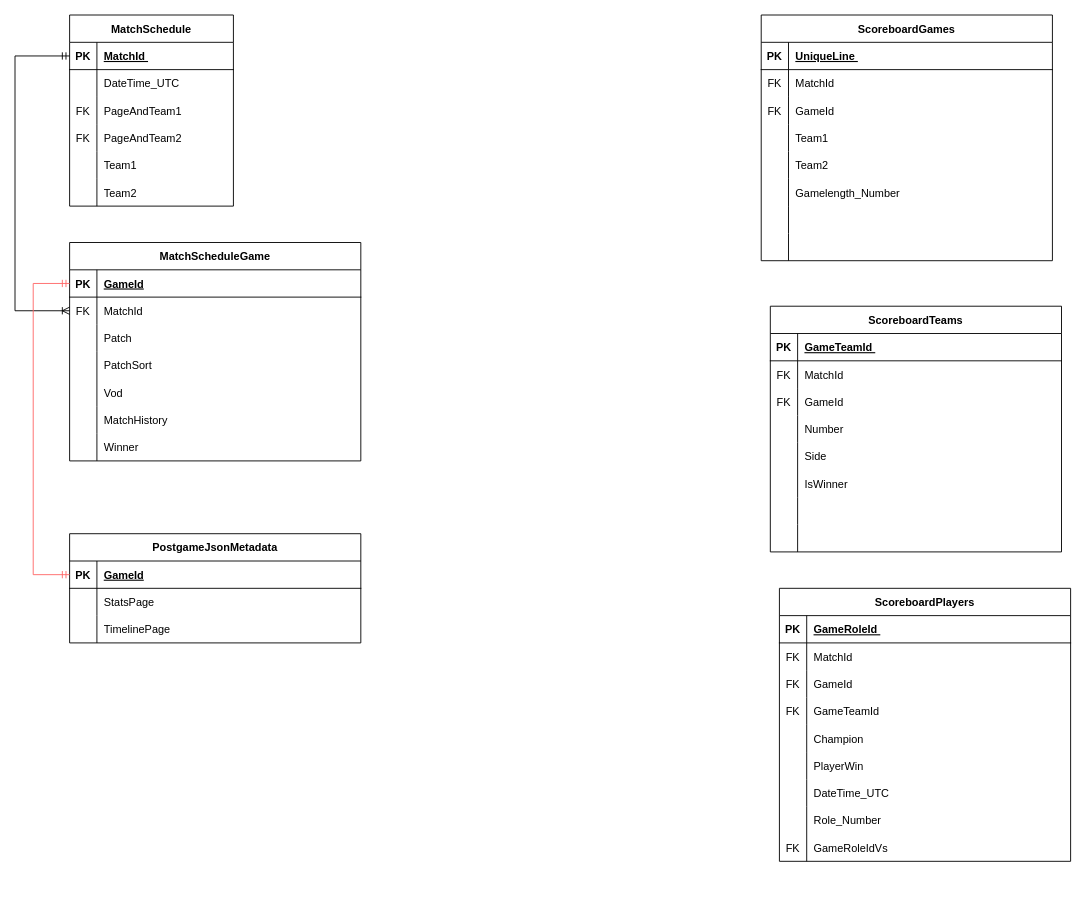
EderReisS/API_LoL keeps this draw.io diagram as Untitled Diagram.drawio. Above is the earlier version. Source tidied: cells renumbered, new cells numbered last; positions are measured from the earlier drawing's top-left corner, leaving out a move shared by most shapes. Both pictures are drawn from the tidied source at 91%, with x=0, y=0 at pixel (15, 15).
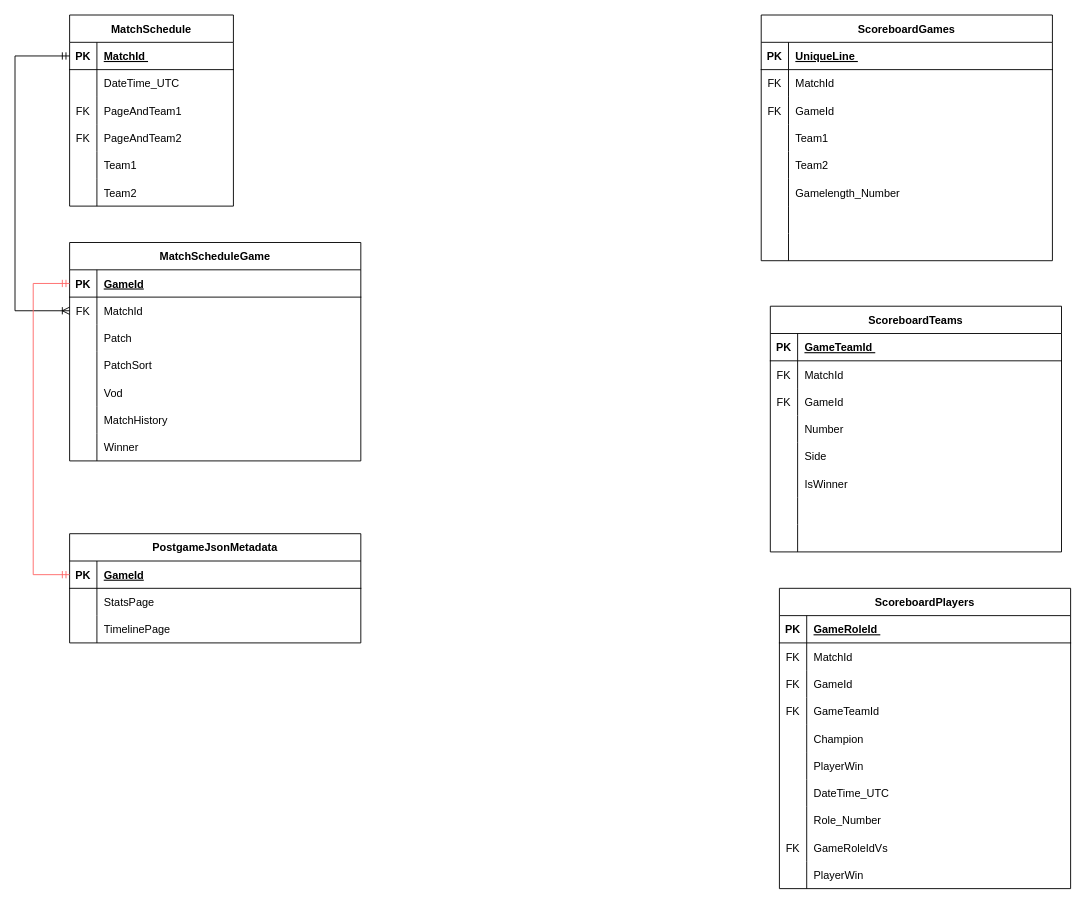
Above is the later version.

Commit message:
Ajuste ScorePlayers

Diff of the diagram source:
```diff
@@
     <mxCell id="105" value="ScoreboardPlayers" style="shape=table;startSize=30;childLayout=tableLayout;rowLines=0;fontStyle=1;align=center;" parent="1" vertex="1">
-      <mxGeometry x="840" y="630" width="320" height="300" as="geometry" />
+      <mxGeometry x="840" y="630" width="320" height="330" as="geometry" />
     </mxCell>
@@
+    <mxCell id="133" style="shape=tableRow;horizontal=0;startSize=0;swimlaneHead=0;swimlaneBody=0;fillColor=none;top=0;left=0;right=0;bottom=0;" parent="105" vertex="1">
+      <mxGeometry y="300" width="320" height="30" as="geometry" />
+    </mxCell>
+    <mxCell id="134" style="shape=partialRectangle;fillColor=none;top=0;left=0;bottom=0;right=0;overflow=hidden;" parent="133" vertex="1">
+      <mxGeometry width="30" height="30" as="geometry" />
+    </mxCell>
+    <mxCell id="135" value="PlayerWin" style="shape=partialRectangle;fillColor=none;top=0;left=0;bottom=0;right=0;align=left;spacingLeft=6;overflow=hidden;" parent="133" vertex="1">
+      <mxGeometry x="30" width="290" height="30" as="geometry" />
+    </mxCell>
```
